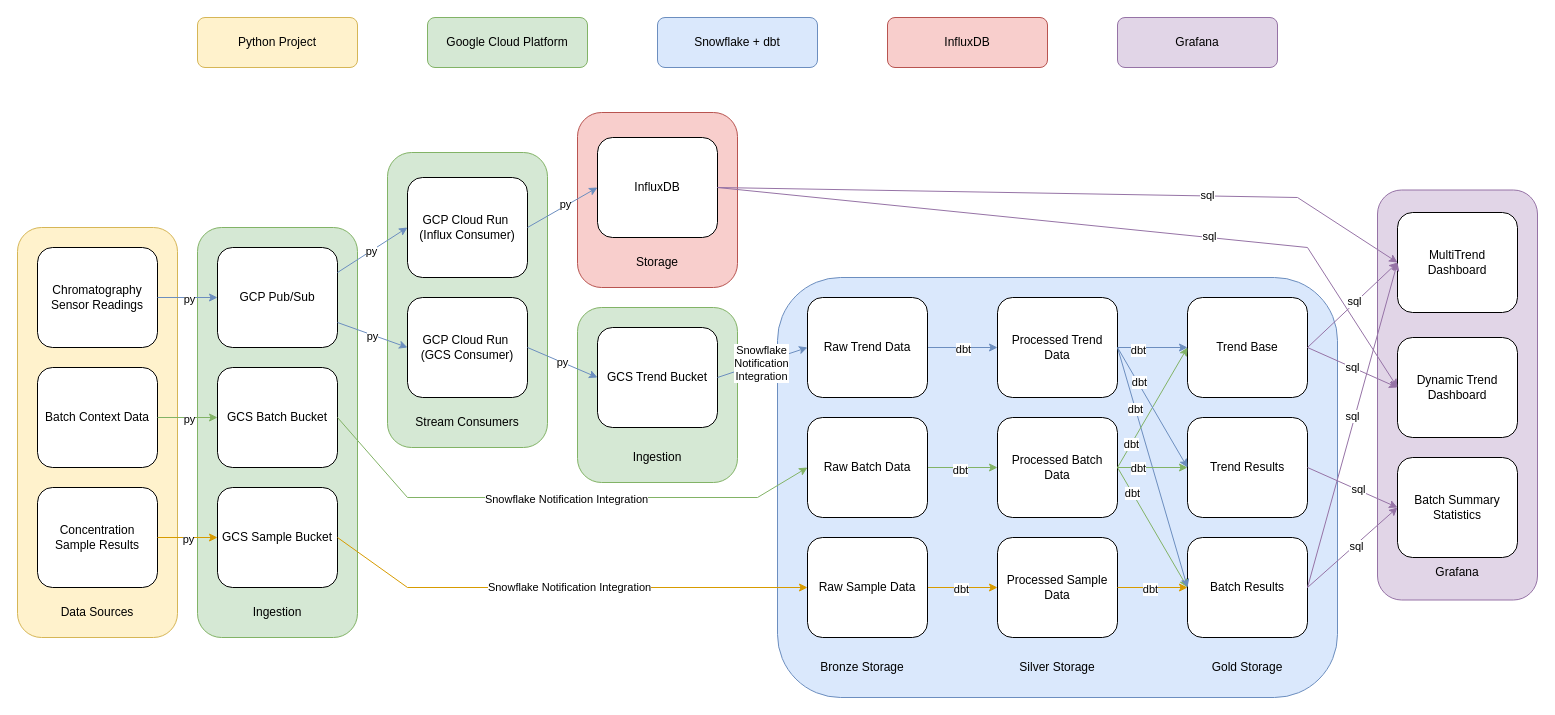
Earlier version of the draw.io diagram docs/data_flow_diagram.drawio (delzio/chrom-stream). Source tidied: cells renumbered, new cells numbered last; positions are measured from the earlier drawing's top-left corner, leaving out a move shared by most shapes. Both pictures are drawn from the tidied source at 100%, with x=0, y=0 at pixel (17, 17).
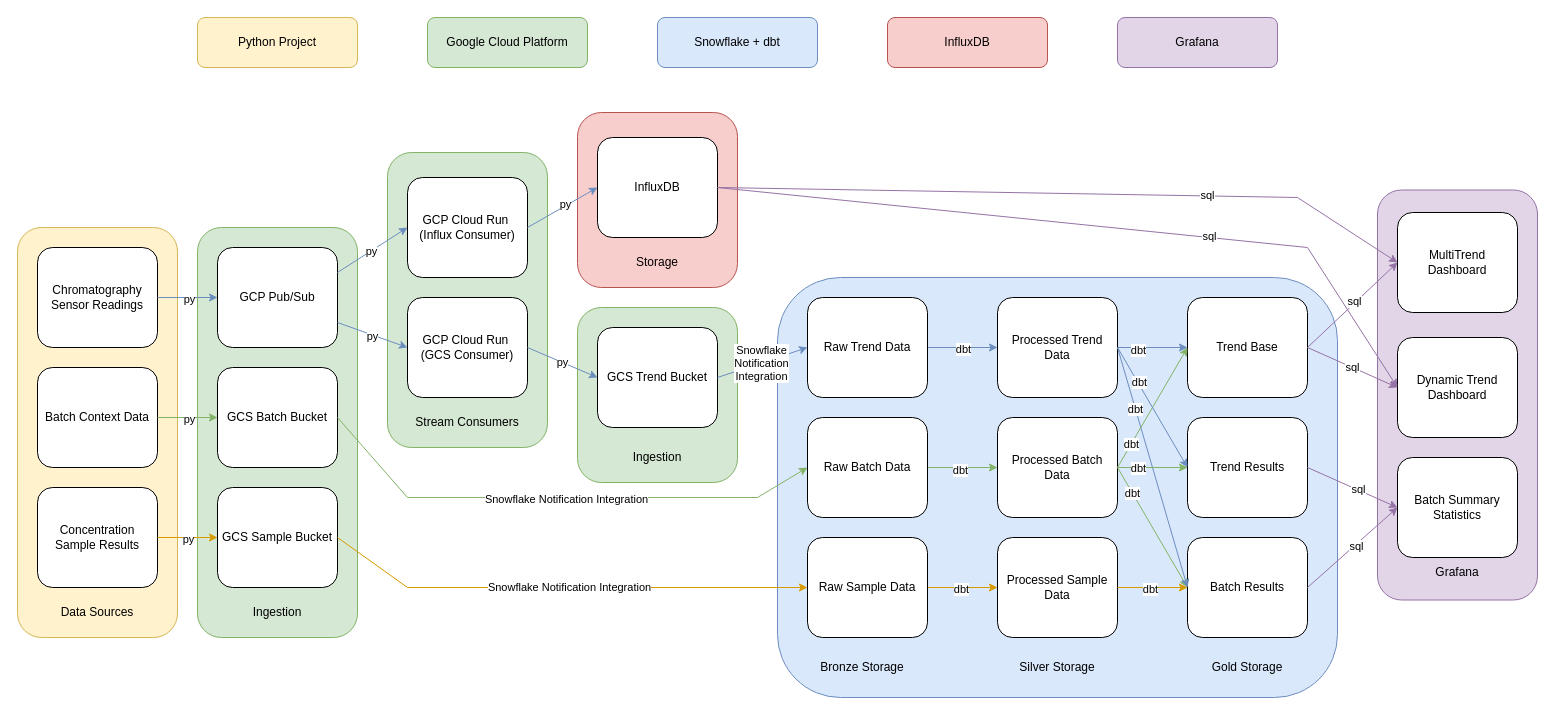
The same diagram, later.

Commit message (it also covers changes not shown here):
updating data flow diagrams

Unchanged cells that the change refers to:
```xml
<mxCell id="60" value="Batch Results" style="rounded=1;whiteSpace=wrap;html=1;" parent="1" vertex="1">
  <mxGeometry x="1170" y="520" width="120" height="100" as="geometry" />
</mxCell>
<mxCell id="77" value="&lt;div&gt;MultiTrend&lt;/div&gt;&lt;div&gt;Dashboard&lt;/div&gt;" style="rounded=1;whiteSpace=wrap;html=1;" parent="1" vertex="1">
  <mxGeometry x="1380" y="195" width="120" height="100" as="geometry" />
</mxCell>
```

Change to the diagram source:
```diff
@@
-    <mxCell id="88" style="endArrow=classic;html=1;rounded=0;entryX=0;entryY=0.5;entryDx=0;entryDy=0;exitX=1;exitY=0.5;exitDx=0;exitDy=0;fillColor=#e1d5e7;strokeColor=#9673a6;" parent="1" edge="1" source="60" target="77">
-      <mxGeometry relative="1" as="geometry" />
-    </mxCell>
-    <mxCell id="89" value="sql" style="edgeLabel;html=1;align=center;verticalAlign=middle;" parent="88" vertex="1">
-      <mxGeometry x="0.05" y="3" relative="1" as="geometry" />
-    </mxCell>
```
